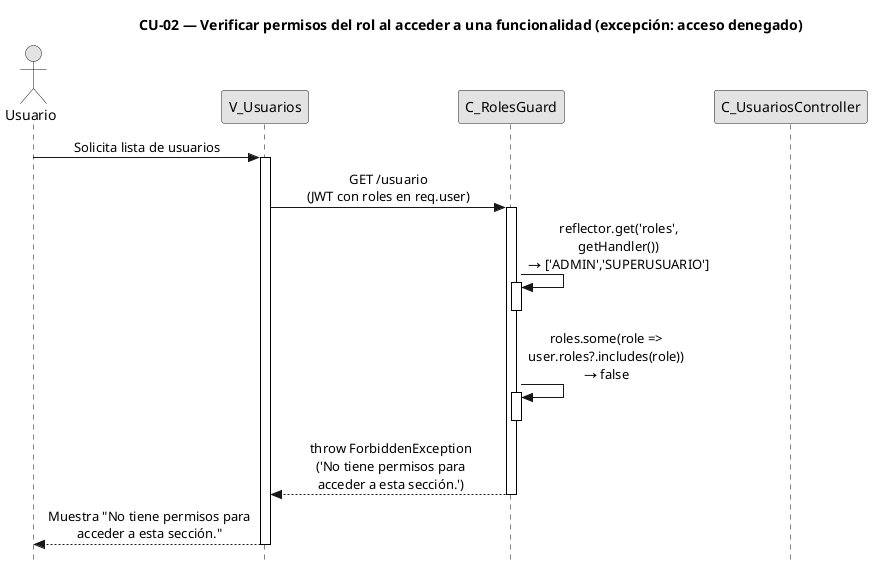
Above: diagramas-secuencia/CU02/CU02-exc-acceso-denegado.png in FSM-Finet-y-Cable-Magico/Team_1-Inventario-y-Bodega (PlantUML), before the change. Source of this version:
```plantuml
@startuml CU02-exc-acceso-denegado
title CU-02 — Verificar permisos del rol al acceder a una funcionalidad (excepción: acceso denegado)

skinparam style strictuml
skinparam monochrome true
skinparam shadowing false
skinparam sequenceMessageAlign center
skinparam ParticipantPadding 70
skinparam ActorPadding 30
skinparam sequence {
  MessageAlign center
  LifeLineBorderColor black
}
hide footbox

actor "Usuario" as user
participant "V_Usuarios" as view
participant "C_RolesGuard" as guard
participant "C_UsuariosController" as ctrl

user -> view : Solicita lista de usuarios
activate view

view -> guard : GET /usuario\n(JWT con roles en req.user)
activate guard

guard -> guard : reflector.get('roles',\ngetHandler())\n→ ['ADMIN','SUPERUSUARIO']
activate guard
deactivate guard

guard -> guard : roles.some(role =>\nuser.roles?.includes(role))\n→ false
activate guard
deactivate guard

guard --> view : throw ForbiddenException\n('No tiene permisos para\nacceder a esta sección.')
deactivate guard

view --> user : Muestra "No tiene permisos para\nacceder a esta sección."
deactivate view

@enduml
```
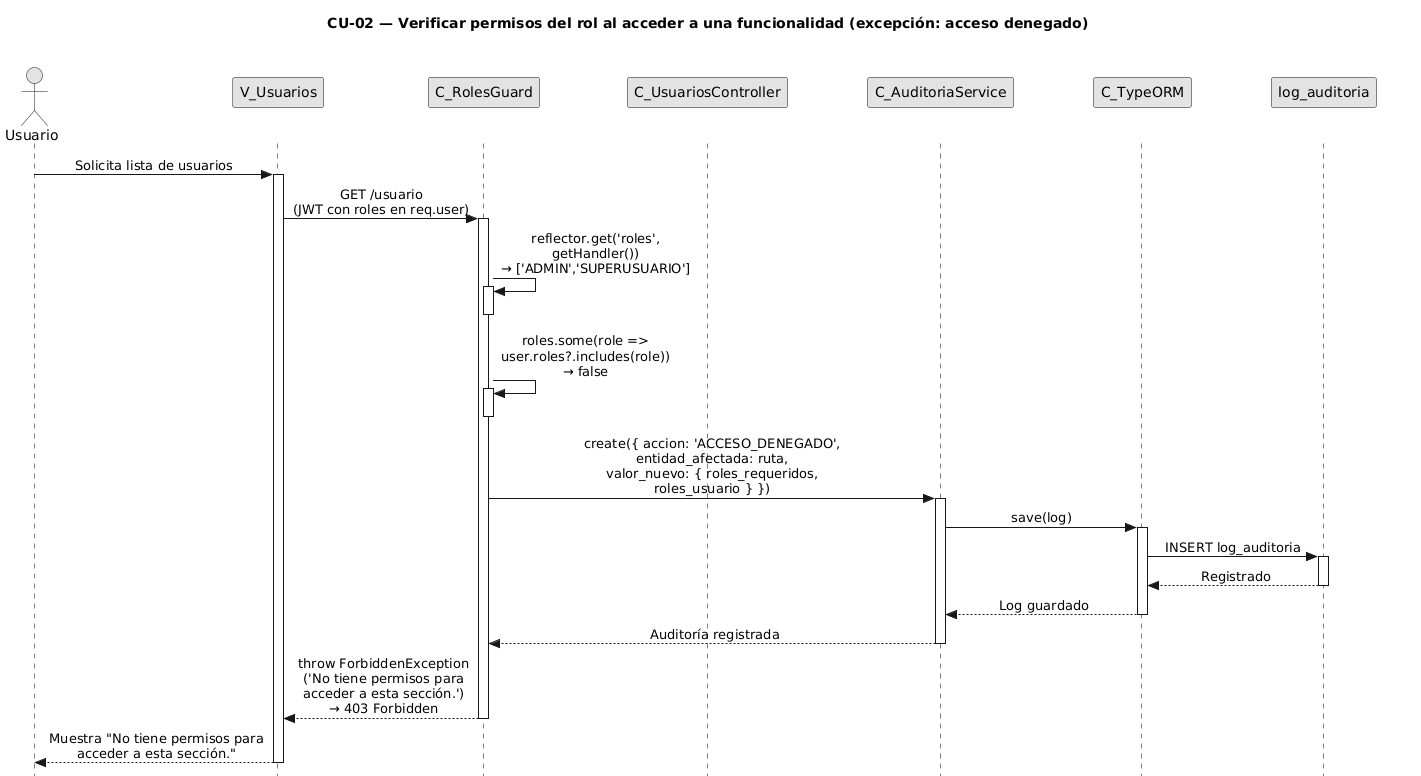
The same file after the commit.

What changed in the source:
```diff
@@ -5,8 +5,16 @@
 skinparam monochrome true
 skinparam shadowing false
 skinparam sequenceMessageAlign center
-skinparam ParticipantPadding 70
-skinparam ActorPadding 30
+<style>
+sequenceDiagram {
+  participant {
+    Margin 35
+  }
+  actor {
+    Margin 15
+  }
+}
+</style>
 skinparam sequence {
   MessageAlign center
   LifeLineBorderColor black
@@ -17,6 +25,9 @@
 participant "V_Usuarios" as view
 participant "C_RolesGuard" as guard
 participant "C_UsuariosController" as ctrl
+participant "C_AuditoriaService" as aud
+participant "C_TypeORM" as orm
+participant "log_auditoria" as aent
 
 user -> view : Solicita lista de usuarios
 activate view
@@ -32,7 +43,24 @@
 activate guard
 deactivate guard
 
-guard --> view : throw ForbiddenException\n('No tiene permisos para\nacceder a esta sección.')
+guard -> aud : create({ accion: 'ACCESO_DENEGADO',\nentidad_afectada: ruta,\nvalor_nuevo: { roles_requeridos,\nroles_usuario } })
+activate aud
+
+aud -> orm : save(log)
+activate orm
+
+orm -> aent : INSERT log_auditoria
+activate aent
+aent --> orm : Registrado
+deactivate aent
+
+orm --> aud : Log guardado
+deactivate orm
+
+aud --> guard : Auditoría registrada
+deactivate aud
+
+guard --> view : throw ForbiddenException\n('No tiene permisos para\nacceder a esta sección.')\n→ 403 Forbidden
 deactivate guard
 
 view --> user : Muestra "No tiene permisos para\nacceder a esta sección."
```
